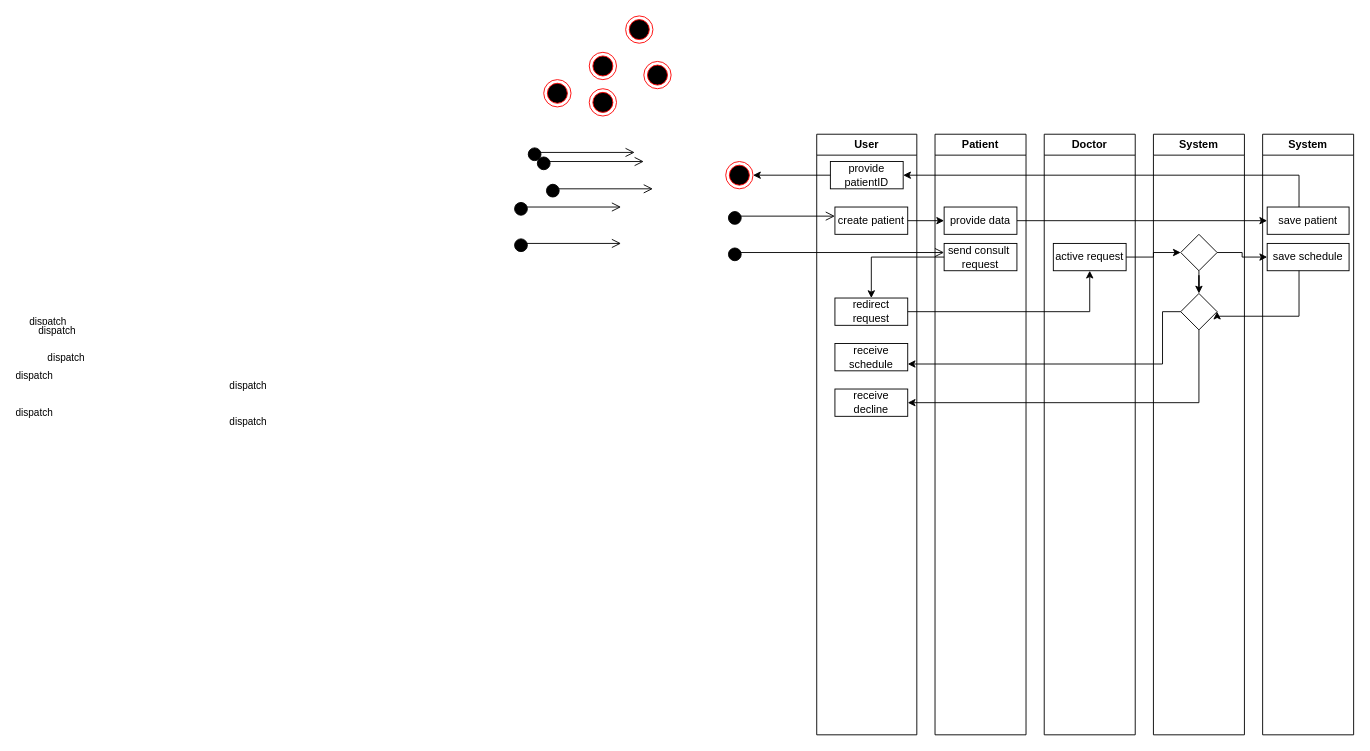
The draw.io diagram Swimlane diagram.drawio in souravbiswassanto/Projects, before the edit. Source tidied: cells renumbered, new cells numbered last; positions are measured from the earlier drawing's top-left corner, leaving out a move shared by most shapes. Both pictures are drawn from the tidied source at 91%, with x=0, y=0 at pixel (521, 15).
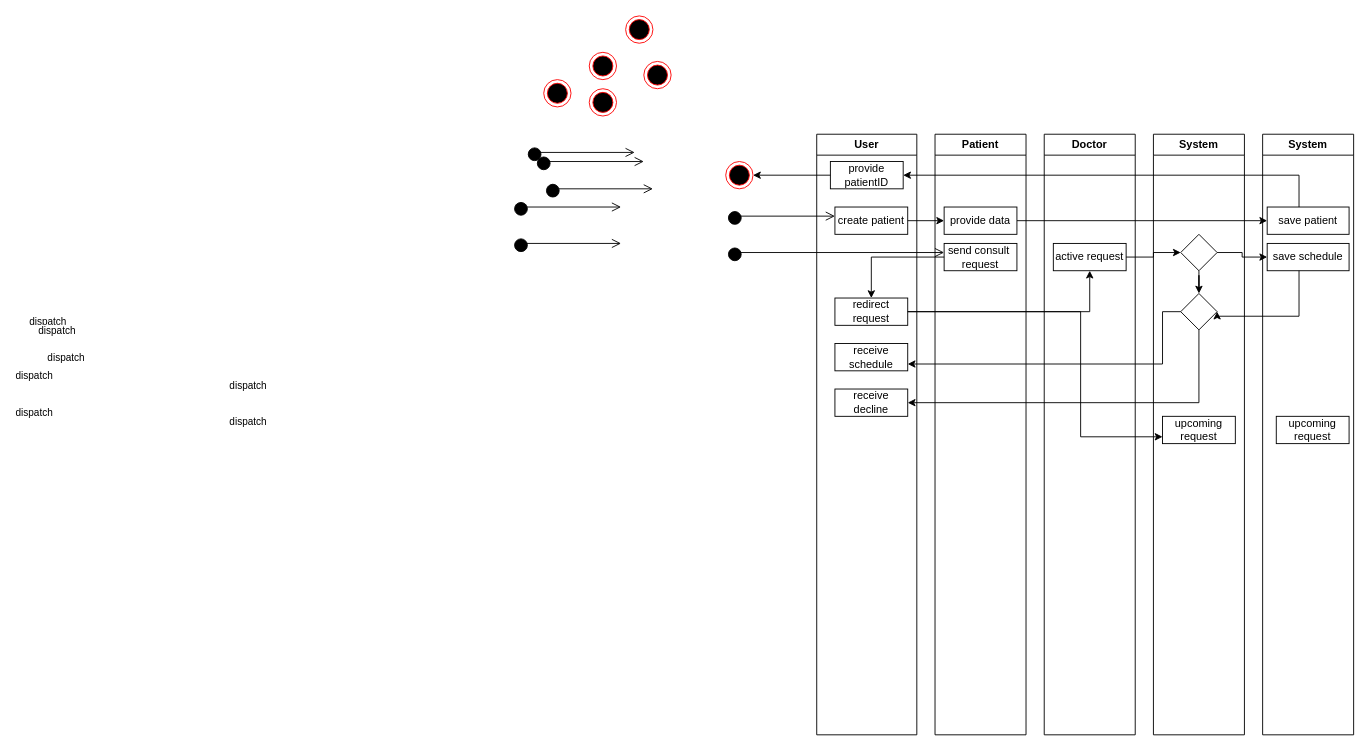
The same diagram, later.

The change refers to these unchanged cells:
```xml
<mxCell id="6" value="redirect request" style="whiteSpace=wrap;html=1;" parent="2" vertex="1">
  <mxGeometry x="20" y="180" width="80" height="30" as="geometry" />
</mxCell>
<mxCell id="11" value="System" style="swimlane;whiteSpace=wrap;html=1;" parent="1" vertex="1">
  <mxGeometry x="695" y="130" width="100" height="660" as="geometry" />
</mxCell>
<mxCell id="17" value="System" style="swimlane;whiteSpace=wrap;html=1;" parent="1" vertex="1">
  <mxGeometry x="815" y="130" width="100" height="660" as="geometry" />
</mxCell>
```

What changed in the source:
```diff
@@
+    <mxCell id="44" value="upcoming request" style="whiteSpace=wrap;html=1;" parent="11" vertex="1">
+      <mxGeometry x="10" y="310" width="80" height="30" as="geometry" />
+    </mxCell>
@@
+    <mxCell id="45" value="upcoming request" style="whiteSpace=wrap;html=1;" parent="17" vertex="1">
+      <mxGeometry x="15" y="310" width="80" height="30" as="geometry" />
+    </mxCell>
@@
+    <mxCell id="46" style="edgeStyle=orthogonalEdgeStyle;rounded=0;jettySize=auto;html=1;entryX=0;entryY=0.75;entryDx=0;entryDy=0;" parent="1" edge="1" source="6" target="44">
+      <mxGeometry relative="1" as="geometry">
+        <Array as="points">
+          <mxPoint x="615" y="325" />
+          <mxPoint x="615" y="463" />
+        </Array>
+      </mxGeometry>
+    </mxCell>
```
